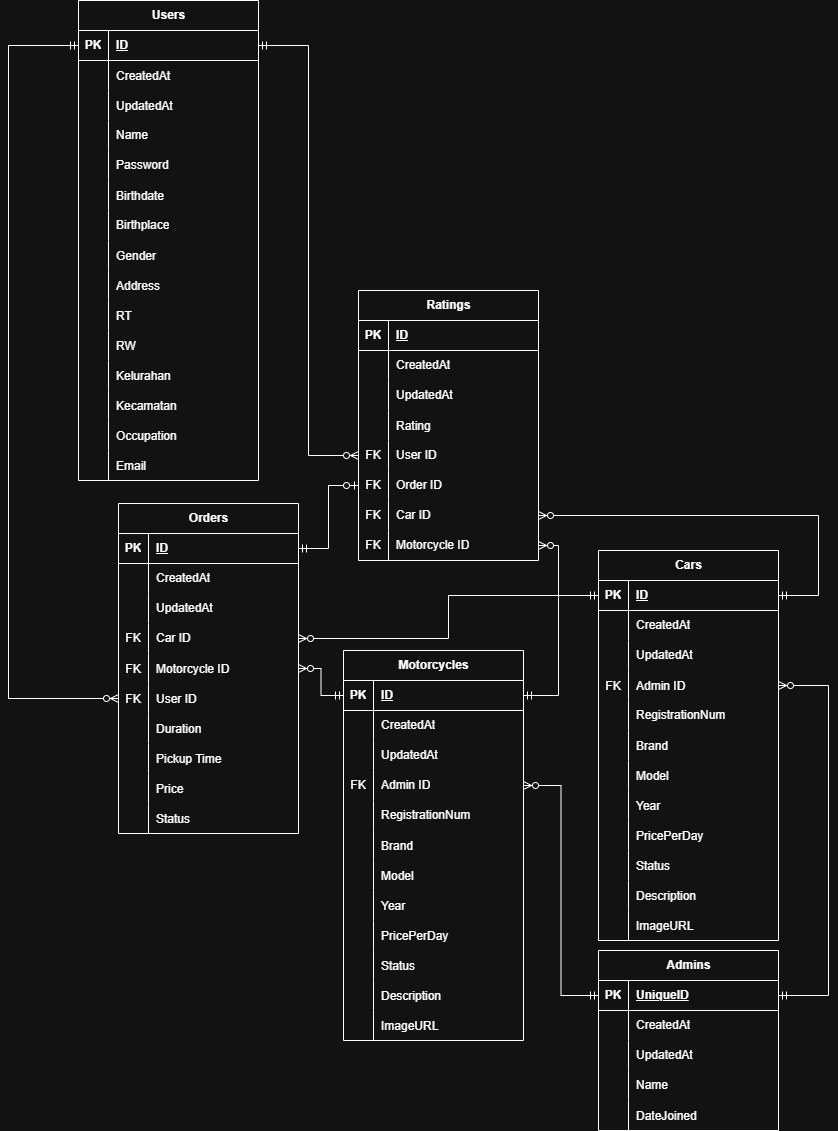
Before: Setor-Mobil-Backend-ERD.png, a diagram exported from draw.io (PeterAjaaa/setor_mobil_backend). Source tidied: cells renumbered, new cells last; positions are measured from the earlier drawing's top-left corner, leaving out a move shared by most shapes.
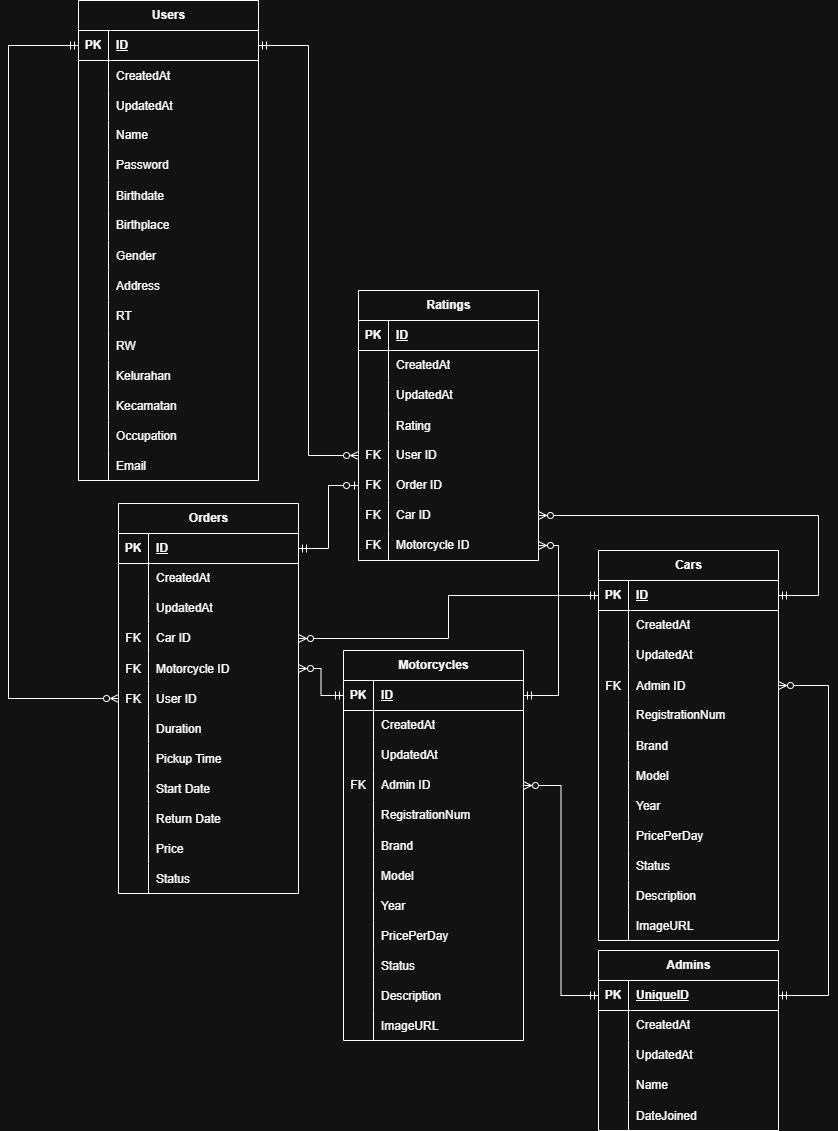
After the change.

Commit message:
Add StartDate and ReturnDate field to Order. Update ERD to reflect changes.

Diff of the diagram source:
```diff
@@ -252,7 +252,7 @@
       <mxGeometry x="30" width="150" height="30" as="geometry" />
     </mxCell>
     <mxCell id="85" value="Orders" style="shape=table;startSize=30;rowLines=0;fontStyle=1;align=center;html=1;rounded=0;labelBackgroundColor=none;" parent="1" vertex="1">
-      <mxGeometry x="110" y="503" width="180" height="330" as="geometry" />
+      <mxGeometry x="110" y="503" width="180" height="390" as="geometry" />
     </mxCell>
     <mxCell id="86" style="shape=tableRow;horizontal=0;startSize=0;swimlaneHead=0;swimlaneBody=0;fillColor=none;points=[[0,0.5],[1,0.5]];portConstraint=eastwest;top=0;left=0;right=0;bottom=1;rounded=0;labelBackgroundColor=none;" parent="85" vertex="1">
       <mxGeometry y="30" width="180" height="30" as="geometry" />
@@ -326,8 +326,26 @@
     <mxCell id="109" value="Pickup Time" style="shape=partialRectangle;fillColor=none;top=0;left=0;bottom=0;right=0;align=left;spacingLeft=6;overflow=hidden;" parent="107" vertex="1">
       <mxGeometry x="30" width="150" height="30" as="geometry" />
     </mxCell>
+    <mxCell id="203" style="shape=tableRow;horizontal=0;startSize=0;swimlaneHead=0;swimlaneBody=0;fillColor=none;top=0;left=0;right=0;bottom=0;" parent="85" vertex="1">
+      <mxGeometry y="270" width="180" height="30" as="geometry" />
+    </mxCell>
+    <mxCell id="204" style="shape=partialRectangle;fillColor=none;top=0;left=0;bottom=0;right=0;overflow=hidden;" parent="203" vertex="1">
+      <mxGeometry width="30" height="30" as="geometry" />
+    </mxCell>
+    <mxCell id="205" value="Start Date" style="shape=partialRectangle;fillColor=none;top=0;left=0;bottom=0;right=0;align=left;spacingLeft=6;overflow=hidden;" parent="203" vertex="1">
+      <mxGeometry x="30" width="150" height="30" as="geometry" />
+    </mxCell>
+    <mxCell id="206" style="shape=tableRow;horizontal=0;startSize=0;swimlaneHead=0;swimlaneBody=0;fillColor=none;top=0;left=0;right=0;bottom=0;" parent="85" vertex="1">
+      <mxGeometry y="300" width="180" height="30" as="geometry" />
+    </mxCell>
+    <mxCell id="207" style="shape=partialRectangle;fillColor=none;top=0;left=0;bottom=0;right=0;overflow=hidden;" parent="206" vertex="1">
+      <mxGeometry width="30" height="30" as="geometry" />
+    </mxCell>
+    <mxCell id="208" value="Return Date" style="shape=partialRectangle;fillColor=none;top=0;left=0;bottom=0;right=0;align=left;spacingLeft=6;overflow=hidden;" parent="206" vertex="1">
+      <mxGeometry x="30" width="150" height="30" as="geometry" />
+    </mxCell>
     <mxCell id="110" style="shape=tableRow;horizontal=0;startSize=0;swimlaneHead=0;swimlaneBody=0;fillColor=none;top=0;left=0;right=0;bottom=0;" parent="85" vertex="1">
-      <mxGeometry y="270" width="180" height="30" as="geometry" />
+      <mxGeometry y="330" width="180" height="30" as="geometry" />
     </mxCell>
     <mxCell id="111" style="shape=partialRectangle;fillColor=none;top=0;left=0;bottom=0;right=0;overflow=hidden;" parent="110" vertex="1">
       <mxGeometry width="30" height="30" as="geometry" />
@@ -336,7 +354,7 @@
       <mxGeometry x="30" width="150" height="30" as="geometry" />
     </mxCell>
     <mxCell id="113" style="shape=tableRow;horizontal=0;startSize=0;swimlaneHead=0;swimlaneBody=0;fillColor=none;top=0;left=0;right=0;bottom=0;" parent="85" vertex="1">
-      <mxGeometry y="300" width="180" height="30" as="geometry" />
+      <mxGeometry y="360" width="180" height="30" as="geometry" />
     </mxCell>
     <mxCell id="114" style="shape=partialRectangle;fillColor=none;top=0;left=0;bottom=0;right=0;overflow=hidden;" parent="113" vertex="1">
       <mxGeometry width="30" height="30" as="geometry" />
```
